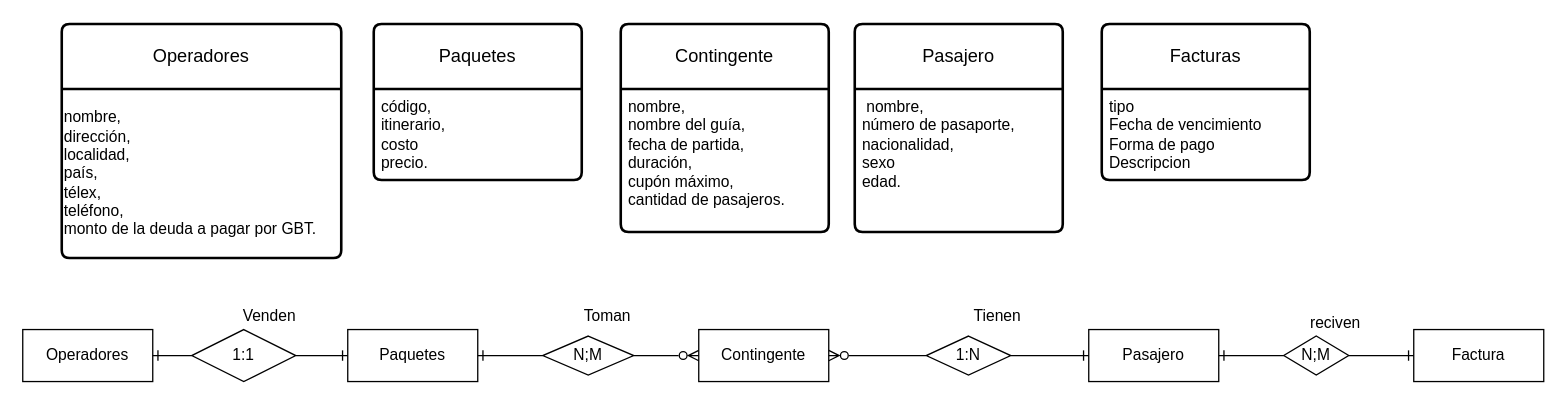
Before: Diagrama sin título.drawio in Lilo038/Draw.IO, a draw.io diagram. Source tidied: cells renumbered, new cells numbered last; positions are measured from the earlier drawing's top-left corner, leaving out a move shared by most shapes. Both pictures are drawn from the tidied source at 130%, with x=0, y=0 at pixel (22, 23).
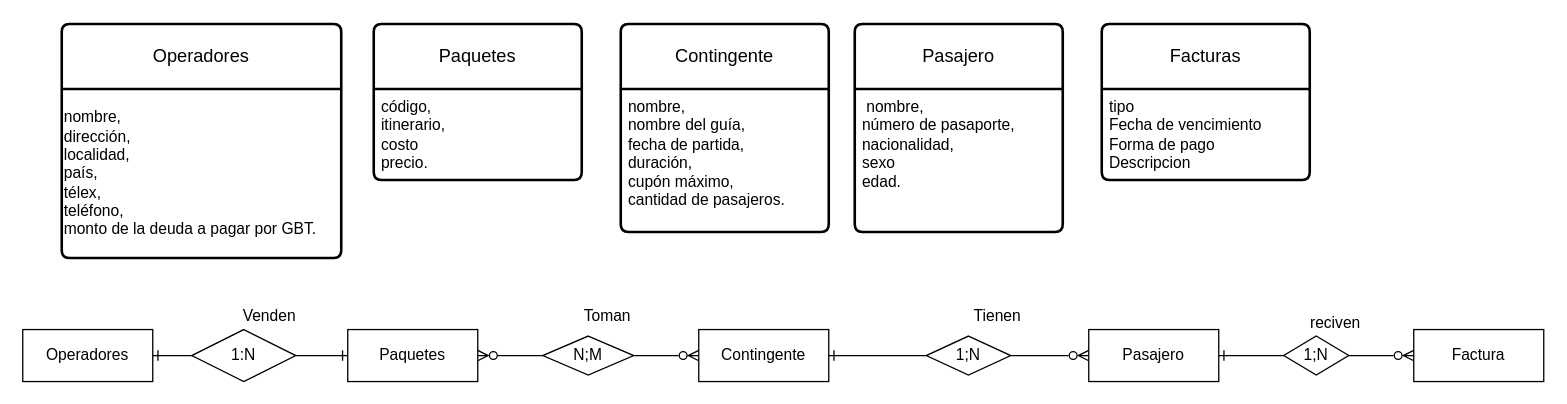
The same page after the edit.

Unchanged cells that the change refers to:
```xml
<mxCell id="13" value="Paquetes" style="whiteSpace=wrap;html=1;align=center;" parent="1" vertex="1">
  <mxGeometry x="250" y="235" width="100" height="40" as="geometry" />
</mxCell>
<mxCell id="14" value="Contingente" style="whiteSpace=wrap;html=1;align=center;" parent="1" vertex="1">
  <mxGeometry x="520" y="235" width="100" height="40" as="geometry" />
</mxCell>
<mxCell id="15" value="Pasajero" style="whiteSpace=wrap;html=1;align=center;" parent="1" vertex="1">
  <mxGeometry x="820" y="235" width="100" height="40" as="geometry" />
</mxCell>
<mxCell id="16" value="Factura" style="whiteSpace=wrap;html=1;align=center;" parent="1" vertex="1">
  <mxGeometry x="1070" y="235" width="100" height="40" as="geometry" />
</mxCell>
<mxCell id="25" value="N;M" style="shape=rhombus;perimeter=rhombusPerimeter;whiteSpace=wrap;html=1;align=center;" parent="1" vertex="1">
  <mxGeometry x="400" y="240" width="70" height="30" as="geometry" />
</mxCell>
```

The edit, as a diff of the source:
```diff
@@
-    <mxCell id="19" style="endArrow=ERone;html=1;rounded=0;exitX=1;exitY=0.5;exitDx=0;exitDy=0;entryX=0;entryY=0.5;entryDx=0;entryDy=0;endFill=0;" parent="1" edge="1" source="27" target="15">
+    <mxCell id="19" style="endArrow=ERzeroToMany;html=1;rounded=0;exitX=1;exitY=0.5;exitDx=0;exitDy=0;entryX=0;entryY=0.5;entryDx=0;entryDy=0;endFill=0;" parent="1" edge="1" source="27" target="15">
       <mxGeometry relative="1" as="geometry">
         <Array as="points">
           <mxPoint x="820" y="255" />
         </Array>
       </mxGeometry>
     </mxCell>
@@
-    <mxCell id="22" value="1:1" style="shape=rhombus;perimeter=rhombusPerimeter;whiteSpace=wrap;html=1;align=center;" parent="1" vertex="1">
+    <mxCell id="22" value="1:N" style="shape=rhombus;perimeter=rhombusPerimeter;whiteSpace=wrap;html=1;align=center;" parent="1" vertex="1">
       <mxGeometry x="130" y="235" width="80" height="40" as="geometry" />
     </mxCell>
@@
-    <mxCell id="24" style="endArrow=none;html=1;rounded=0;exitX=1;exitY=0.5;exitDx=0;exitDy=0;entryX=0;entryY=0.5;entryDx=0;entryDy=0;startArrow=ERone;startFill=0;" parent="1" edge="1" source="13" target="25">
+    <mxCell id="24" style="endArrow=none;html=1;rounded=0;exitX=1;exitY=0.5;exitDx=0;exitDy=0;entryX=0;entryY=0.5;entryDx=0;entryDy=0;startArrow=ERzeroToMany;startFill=0;" parent="1" edge="1" source="13" target="25">
       <mxGeometry relative="1" as="geometry" />
     </mxCell>
@@
-    <mxCell id="26" style="endArrow=none;html=1;rounded=0;exitX=1;exitY=0.5;exitDx=0;exitDy=0;entryX=0;entryY=0.5;entryDx=0;entryDy=0;startArrow=ERzeroToMany;startFill=0;" parent="1" edge="1" source="14" target="27">
+    <mxCell id="26" style="endArrow=none;html=1;rounded=0;exitX=1;exitY=0.5;exitDx=0;exitDy=0;entryX=0;entryY=0.5;entryDx=0;entryDy=0;startArrow=ERone;startFill=0;" parent="1" edge="1" source="14" target="27">
       <mxGeometry relative="1" as="geometry">
         <Array as="points">
           <mxPoint x="650" y="255" />
         </Array>
       </mxGeometry>
     </mxCell>
-    <mxCell id="27" value="1:N" style="shape=rhombus;perimeter=rhombusPerimeter;whiteSpace=wrap;html=1;align=center;" parent="1" vertex="1">
+    <mxCell id="27" value="1;N" style="shape=rhombus;perimeter=rhombusPerimeter;whiteSpace=wrap;html=1;align=center;" parent="1" vertex="1">
       <mxGeometry x="695" y="240" width="65" height="30" as="geometry" />
     </mxCell>
-    <mxCell id="28" style="endArrow=none;html=1;rounded=0;entryX=1;entryY=0.5;entryDx=0;entryDy=0;exitX=0;exitY=0.5;exitDx=0;exitDy=0;endFill=0;startArrow=ERone;startFill=0;" parent="1" edge="1" source="16" target="29">
+    <mxCell id="28" style="endArrow=none;html=1;rounded=0;entryX=1;entryY=0.5;entryDx=0;entryDy=0;exitX=0;exitY=0.5;exitDx=0;exitDy=0;endFill=0;startArrow=ERzeroToMany;startFill=0;" parent="1" edge="1" source="16" target="29">
       <mxGeometry relative="1" as="geometry" />
     </mxCell>
-    <mxCell id="29" value="N;M" style="shape=rhombus;perimeter=rhombusPerimeter;whiteSpace=wrap;html=1;align=center;" parent="1" vertex="1">
+    <mxCell id="29" value="1;N" style="shape=rhombus;perimeter=rhombusPerimeter;whiteSpace=wrap;html=1;align=center;" parent="1" vertex="1">
       <mxGeometry x="970" y="240" width="50" height="30" as="geometry" />
     </mxCell>
```
